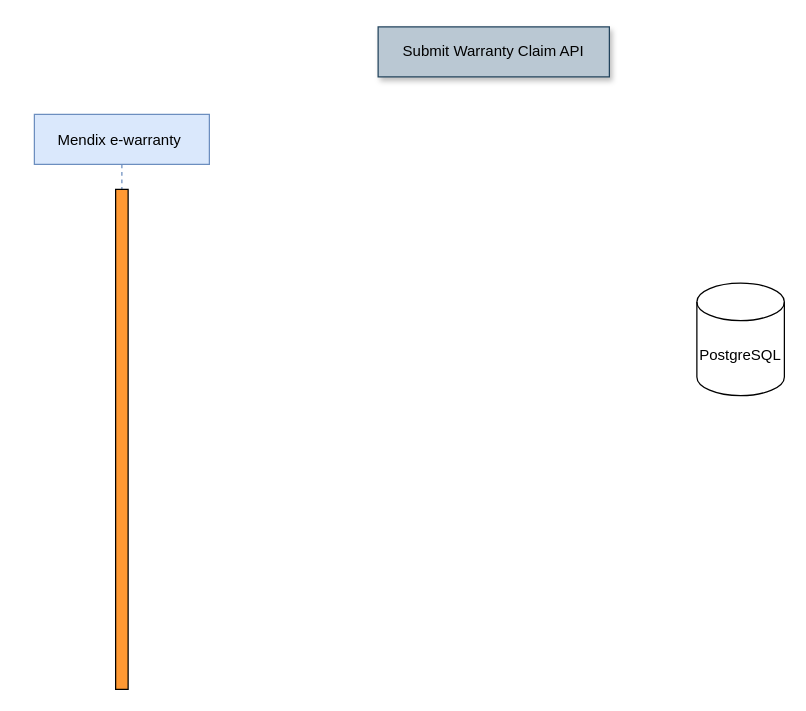
MrMetalAddict/Retail-Mon keeps this draw.io diagram as Untitled Diagram.drawio. Above is the earlier version. Source tidied: cells renumbered, new cells numbered last; positions are measured from the earlier drawing's top-left corner, leaving out a move shared by most shapes. Both pictures are drawn from the tidied source at 125%, with x=0, y=0 at pixel (34, 26).
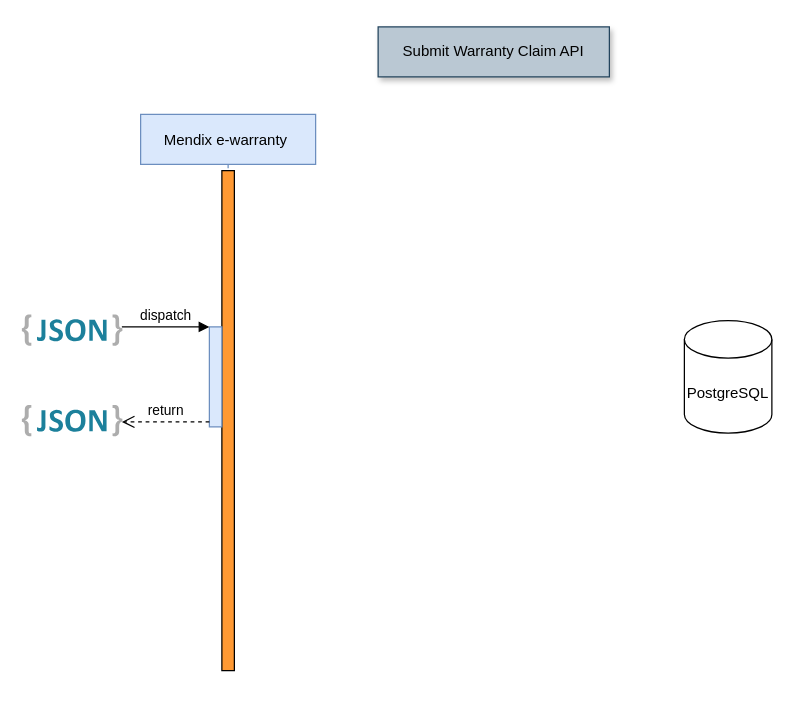
The same page after the edit.

The edit, as a diff of the source:
```diff
@@
 <mxGraphModel>
   <root>
     <mxCell id="0" />
     <mxCell id="1" parent="0" />
     <mxCell id="2" value="Mendix e-warranty " style="shape=umlLifeline;perimeter=lifelinePerimeter;rounded=0;shadow=0;strokeWidth=1;fillColor=#dae8fc;strokeColor=#6c8ebf;" parent="1" vertex="1">
-      <mxGeometry y="70" width="140" height="440" as="geometry" />
+      <mxGeometry x="85" y="70" width="140" height="440" as="geometry" />
     </mxCell>
-    <mxCell id="3" style="perimeter=orthogonalPerimeter;rounded=0;shadow=0;strokeWidth=1;fillColor=#FF9933;" parent="2" vertex="1">
-      <mxGeometry x="65" y="60" width="10" height="400" as="geometry" />
-    </mxCell>
     <mxCell id="4" value="Submit Warranty Claim API" style="text;html=1;align=center;verticalAlign=middle;whiteSpace=wrap;rounded=0;shadow=1;fillColor=#bac8d3;strokeColor=#23445d;" parent="1" vertex="1">
       <mxGeometry x="275" width="185" height="40" as="geometry" />
     </mxCell>
     <mxCell id="5" value="&lt;span style=&quot;color: rgba(0 , 0 , 0 , 0) ; font-family: monospace ; font-size: 0px&quot;&gt;g&lt;/span&gt;" style="text;html=1;align=center;verticalAlign=middle;" parent="1" vertex="1">
       <mxGeometry x="400" y="240" width="20" height="20" as="geometry" />
     </mxCell>
     <mxCell id="6" value="PostgreSQL" style="shape=cylinder3;whiteSpace=wrap;html=1;boundedLbl=1;backgroundOutline=1;size=15;" parent="1" vertex="1">
-      <mxGeometry x="530" y="205" width="70" height="90" as="geometry" />
+      <mxGeometry x="520" y="235" width="70" height="90" as="geometry" />
     </mxCell>
+    <mxCell id="3" style="perimeter=orthogonalPerimeter;rounded=0;shadow=0;strokeWidth=1;fillColor=#FF9933;" parent="1" vertex="1">
+      <mxGeometry x="150" y="115" width="10" height="400" as="geometry" />
+    </mxCell>
+    <mxCell id="7" style="html=1;points=[];perimeter=orthogonalPerimeter;fillColor=#dae8fc;strokeColor=#6c8ebf;" parent="1" vertex="1">
+      <mxGeometry x="140" y="240" width="10" height="80" as="geometry" />
+    </mxCell>
+    <mxCell id="8" value="dispatch" style="html=1;verticalAlign=bottom;endArrow=block;entryX=0;entryY=0;" parent="1" edge="1" target="7">
+      <mxGeometry relative="1" as="geometry">
+        <mxPoint x="70" y="240" as="sourcePoint" />
+      </mxGeometry>
+    </mxCell>
+    <mxCell id="9" value="return" style="html=1;verticalAlign=bottom;endArrow=open;dashed=1;endSize=8;exitX=0;exitY=0.95;" parent="1" edge="1" source="7">
+      <mxGeometry relative="1" as="geometry">
+        <mxPoint x="70" y="316" as="targetPoint" />
+      </mxGeometry>
+    </mxCell>
+    <mxCell id="10" style="dashed=0;html=1;align=center;labelPosition=center;verticalLabelPosition=bottom;verticalAlign=top;shape=mxgraph.weblogos.json_2;" parent="1" vertex="1">
+      <mxGeometry x="-10" y="230" width="80.4" height="25.2" as="geometry" />
+    </mxCell>
+    <mxCell id="11" style="dashed=0;html=1;align=center;labelPosition=center;verticalLabelPosition=bottom;verticalAlign=top;shape=mxgraph.weblogos.json_2;" parent="1" vertex="1">
+      <mxGeometry x="-10" y="302.4" width="80.4" height="25.2" as="geometry" />
+    </mxCell>
   </root>
 </mxGraphModel>
```
